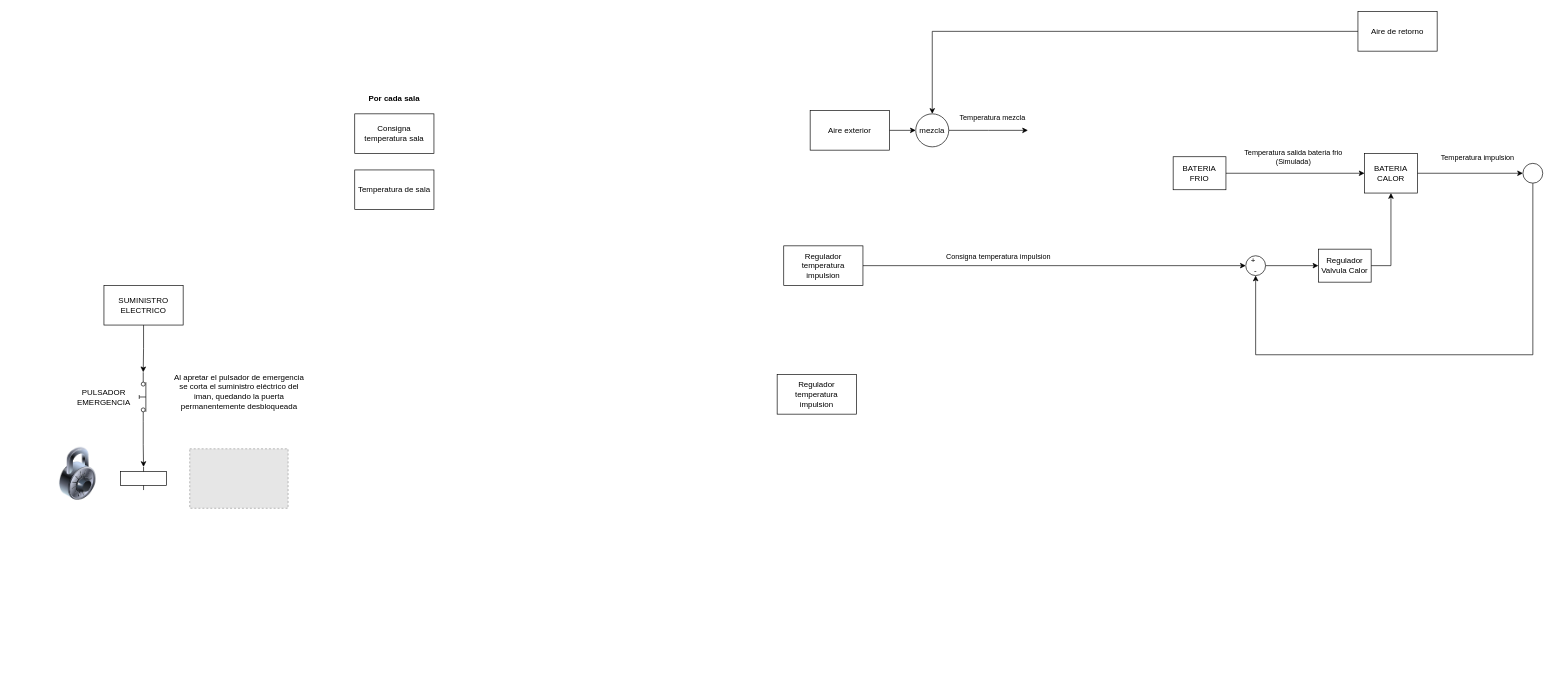
Before: diagram/controlsalsablanca.drawio in IEEtec/folders-structure-diagram, a draw.io diagram. Source tidied: cells renumbered, new cells numbered last; positions are measured from the earlier drawing's top-left corner, leaving out a move shared by most shapes. Both pictures are drawn from the tidied source at 66%, with x=0, y=0 at pixel (51, 11). Pictures stored in the file or linked from it are replaced by grey dashed boxes.
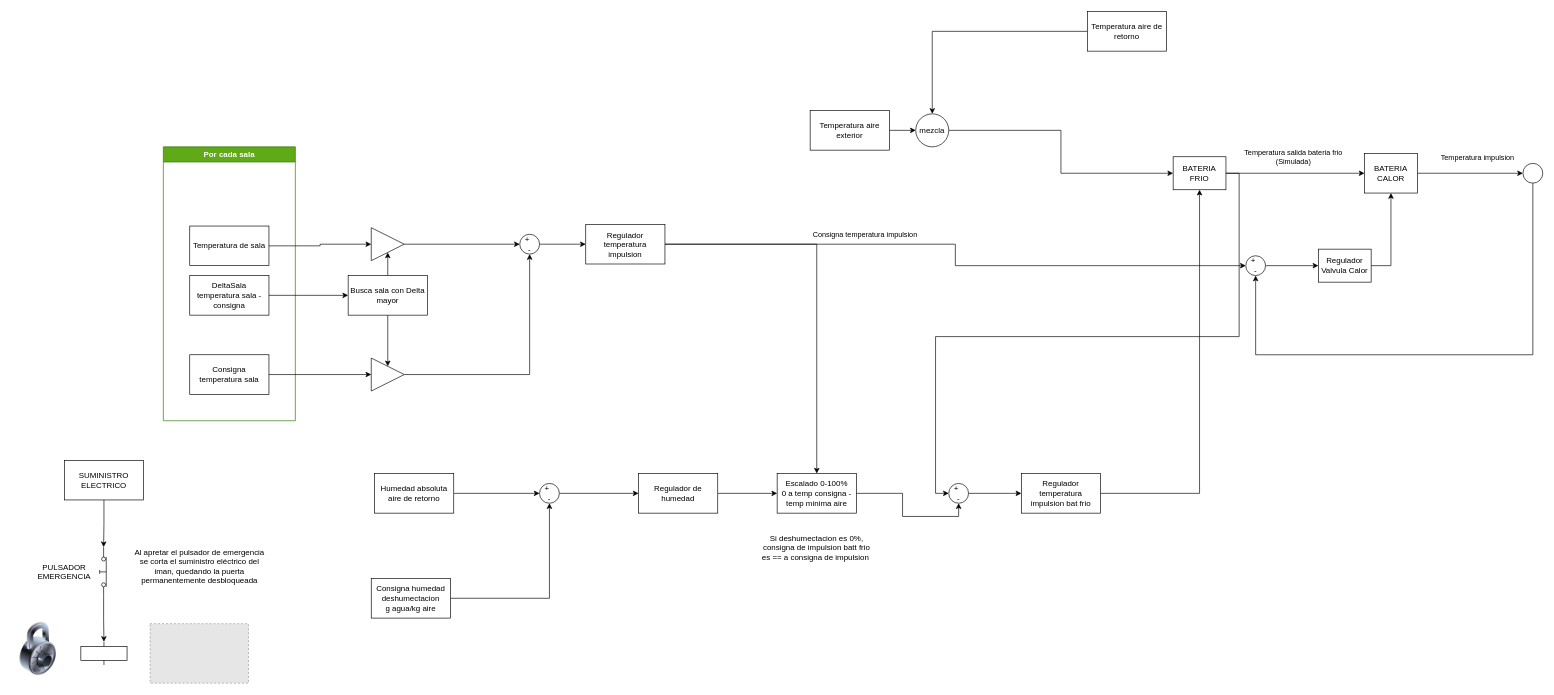
The same page after the edit.

Unchanged cells that the change refers to:
```xml
<mxCell id="7" value="BATERIA FRIO" style="rounded=0;whiteSpace=wrap;html=1;" parent="1" vertex="1">
  <mxGeometry x="1700" y="220" width="80" height="50" as="geometry" />
</mxCell>
<mxCell id="16" value="mezcla" style="ellipse;whiteSpace=wrap;html=1;" parent="1" vertex="1">
  <mxGeometry x="1310" y="155" width="50" height="50" as="geometry" />
</mxCell>
<mxCell id="20" value="+&amp;nbsp;&amp;nbsp;&lt;div&gt;-&lt;/div&gt;" style="ellipse;whiteSpace=wrap;html=1;" parent="1" vertex="1">
  <mxGeometry x="1810" y="370" width="30" height="30" as="geometry" />
</mxCell>
<mxCell id="27" value="Temperatura de sala" style="rounded=0;whiteSpace=wrap;html=1;" parent="26" vertex="1">
  <mxGeometry x="40" y="120" width="120" height="60" as="geometry" />
</mxCell>
```

Change to the diagram source:
```diff
@@
+    <mxCell id="37" style="edgeStyle=orthogonalEdgeStyle;rounded=0;jettySize=auto;html=1;exitX=1;exitY=0.5;exitDx=0;exitDy=0;entryX=0;entryY=0.5;entryDx=0;entryDy=0;" parent="1" edge="1" source="7" target="64">
+      <mxGeometry relative="1" as="geometry" />
+    </mxCell>
@@
-    <mxCell id="11" value="Aire de retorno" style="rounded=0;whiteSpace=wrap;html=1;" parent="1" vertex="1">
-      <mxGeometry x="1980" width="120" height="60" as="geometry" />
+    <mxCell id="11" value="Temperatura aire de retorno" style="rounded=0;whiteSpace=wrap;html=1;" parent="1" vertex="1">
+      <mxGeometry x="1570" width="120" height="60" as="geometry" />
     </mxCell>
@@
-    <mxCell id="13" value="Aire exterior" style="rounded=0;whiteSpace=wrap;html=1;" parent="1" vertex="1">
+    <mxCell id="13" value="Temperatura aire exterior" style="rounded=0;whiteSpace=wrap;html=1;" parent="1" vertex="1">
       <mxGeometry x="1150" y="150" width="120" height="60" as="geometry" />
     </mxCell>
-    <mxCell id="14" style="edgeStyle=orthogonalEdgeStyle;rounded=0;jettySize=auto;html=1;exitX=1;exitY=0.5;exitDx=0;exitDy=0;" parent="1" edge="1" source="16">
-      <mxGeometry relative="1" as="geometry">
-        <mxPoint x="1480" y="180" as="targetPoint" />
-      </mxGeometry>
-    </mxCell>
-    <mxCell id="15" value="Temperatura mezcla" style="edgeLabel;html=1;align=center;verticalAlign=middle;" parent="14" vertex="1">
-      <mxGeometry x="0.19" y="3" relative="1" as="geometry">
-        <mxPoint x="-6" y="-17" as="offset" />
-      </mxGeometry>
-    </mxCell>
+    <mxCell id="38" style="edgeStyle=orthogonalEdgeStyle;rounded=0;jettySize=auto;html=1;exitX=1;exitY=0.5;exitDx=0;exitDy=0;entryX=0;entryY=0.5;entryDx=0;entryDy=0;" parent="1" edge="1" source="16" target="7">
+      <mxGeometry relative="1" as="geometry" />
+    </mxCell>
@@
     <mxCell id="21" style="edgeStyle=orthogonalEdgeStyle;rounded=0;jettySize=auto;html=1;exitX=1;exitY=0.5;exitDx=0;exitDy=0;entryX=0;entryY=0.5;entryDx=0;entryDy=0;" parent="1" edge="1" source="23" target="20">
-      <mxGeometry relative="1" as="geometry" />
+      <mxGeometry relative="1" as="geometry">
+        <Array as="points">
+          <mxPoint x="1370" y="353" />
+          <mxPoint x="1370" y="385" />
+        </Array>
+      </mxGeometry>
     </mxCell>
@@
+    <mxCell id="39" style="edgeStyle=orthogonalEdgeStyle;rounded=0;jettySize=auto;html=1;exitX=1;exitY=0.5;exitDx=0;exitDy=0;entryX=0.5;entryY=0;entryDx=0;entryDy=0;" parent="1" edge="1" source="23" target="62">
+      <mxGeometry relative="1" as="geometry" />
+    </mxCell>
     <mxCell id="23" value="Regulador temperatura impulsion" style="rounded=0;whiteSpace=wrap;html=1;" parent="1" vertex="1">
-      <mxGeometry x="1110" y="355" width="120" height="60" as="geometry" />
+      <mxGeometry x="810" y="322.5" width="120" height="60" as="geometry" />
     </mxCell>
-    <mxCell id="24" value="Consigna temperatura sala" style="rounded=0;whiteSpace=wrap;html=1;" parent="1" vertex="1">
-      <mxGeometry x="460" y="155" width="120" height="60" as="geometry" />
-    </mxCell>
-    <mxCell id="25" value="Regulador temperatura impulsion" style="rounded=0;whiteSpace=wrap;html=1;" parent="1" vertex="1">
-      <mxGeometry x="1100" y="550" width="120" height="60" as="geometry" />
-    </mxCell>
-    <mxCell id="26" value="Por cada sala" style="swimlane;whiteSpace=wrap;html=1;strokeColor=none;" parent="1" vertex="1">
-      <mxGeometry x="420" y="120" width="200" height="200" as="geometry" />
+    <mxCell id="26" value="Por cada sala" style="swimlane;whiteSpace=wrap;html=1;strokeColor=#2D7600;fillColor=#60a917;fontColor=#ffffff;" parent="1" vertex="1">
+      <mxGeometry x="170" y="205" width="200" height="415" as="geometry" />
     </mxCell>
@@
+    <mxCell id="40" value="&lt;div&gt;DeltaSala&lt;/div&gt;temperatura sala - consigna" style="rounded=0;whiteSpace=wrap;html=1;" parent="26" vertex="1">
+      <mxGeometry x="40" y="195" width="120" height="60" as="geometry" />
+    </mxCell>
+    <mxCell id="24" value="Consigna temperatura sala" style="rounded=0;whiteSpace=wrap;html=1;" parent="26" vertex="1">
+      <mxGeometry x="40" y="315" width="120" height="60" as="geometry" />
+    </mxCell>
@@
     <mxCell id="29" value="SUMINISTRO ELECTRICO" style="rounded=0;whiteSpace=wrap;html=1;" parent="1" vertex="1">
-      <mxGeometry x="80" y="415" width="120" height="60" as="geometry" />
+      <mxGeometry x="20" y="680" width="120" height="60" as="geometry" />
     </mxCell>
     <mxCell id="30" style="html=1;shape=mxgraph.electrical.electro-mechanical.pushbutton;elSwitchState=on;rotation=-90;" parent="1" vertex="1">
-      <mxGeometry x="96" y="574" width="75" height="20" as="geometry" />
+      <mxGeometry x="36" y="839" width="75" height="20" as="geometry" />
     </mxCell>
     <mxCell id="31" style="verticalLabelPosition=bottom;shadow=0;dashed=0;align=center;html=1;verticalAlign=top;shape=mxgraph.electrical.electro-mechanical.relay_coil;" parent="1" vertex="1">
-      <mxGeometry x="105" y="690" width="70" height="35" as="geometry" />
+      <mxGeometry x="45" y="955" width="70" height="35" as="geometry" />
     </mxCell>
     <mxCell id="32" style="image;html=1;image=img/lib/clip_art/general/Lock_128x128.png;" parent="1" vertex="1">
-      <mxGeometry y="660" width="80" height="80" as="geometry" />
+      <mxGeometry x="-60" y="925" width="80" height="80" as="geometry" />
     </mxCell>
@@
     <mxCell id="34" value="PULSADOR EMERGENCIA" style="text;html=1;align=center;verticalAlign=middle;whiteSpace=wrap;rounded=0;" parent="1" vertex="1">
-      <mxGeometry x="20" y="549.5" width="120" height="69" as="geometry" />
+      <mxGeometry x="-40" y="814.5" width="120" height="69" as="geometry" />
     </mxCell>
     <mxCell id="35" value="Al apretar el pulsador de emergencia se corta el suministro eléctrico del iman, quedando la puerta permanentemente desbloqueada" style="text;html=1;align=center;verticalAlign=middle;whiteSpace=wrap;rounded=0;" parent="1" vertex="1">
-      <mxGeometry x="184.5" y="541" width="200" height="69" as="geometry" />
+      <mxGeometry x="124.5" y="806" width="200" height="69" as="geometry" />
     </mxCell>
     <mxCell id="36" style="fillColor=#E6E6E6;strokeColor=#999999;dashed=1;verticalLabelPosition=bottom;labelBackgroundColor=default;verticalAlign=top;" parent="1" vertex="1">
-      <mxGeometry x="210" y="662.5" width="149" height="90.1" as="geometry" />
+      <mxGeometry x="150" y="927.5" width="149" height="90.1" as="geometry" />
     </mxCell>
+    <mxCell id="41" style="edgeStyle=orthogonalEdgeStyle;rounded=0;jettySize=auto;html=1;exitX=0.5;exitY=0;exitDx=0;exitDy=0;entryX=0.5;entryY=1;entryDx=0;entryDy=0;" parent="1" edge="1" source="43" target="46">
+      <mxGeometry relative="1" as="geometry" />
+    </mxCell>
+    <mxCell id="42" style="edgeStyle=orthogonalEdgeStyle;rounded=0;jettySize=auto;html=1;exitX=0.5;exitY=1;exitDx=0;exitDy=0;entryX=0.5;entryY=0;entryDx=0;entryDy=0;" parent="1" edge="1" source="43" target="52">
+      <mxGeometry relative="1" as="geometry" />
+    </mxCell>
+    <mxCell id="43" value="Busca sala con Delta mayor" style="rounded=0;whiteSpace=wrap;html=1;" parent="1" vertex="1">
+      <mxGeometry x="450" y="400" width="120" height="60" as="geometry" />
+    </mxCell>
+    <mxCell id="44" style="edgeStyle=orthogonalEdgeStyle;rounded=0;jettySize=auto;html=1;exitX=1;exitY=0.5;exitDx=0;exitDy=0;entryX=0;entryY=0.5;entryDx=0;entryDy=0;" parent="1" edge="1" source="40" target="43">
+      <mxGeometry relative="1" as="geometry" />
+    </mxCell>
+    <mxCell id="45" style="edgeStyle=orthogonalEdgeStyle;rounded=0;jettySize=auto;html=1;exitX=1;exitY=0.5;exitDx=0;exitDy=0;entryX=0;entryY=0.5;entryDx=0;entryDy=0;" parent="1" edge="1" source="46" target="49">
+      <mxGeometry relative="1" as="geometry" />
+    </mxCell>
+    <mxCell id="46" style="triangle;whiteSpace=wrap;html=1;" parent="1" vertex="1">
+      <mxGeometry x="485" y="327.5" width="50" height="50" as="geometry" />
+    </mxCell>
+    <mxCell id="47" style="edgeStyle=orthogonalEdgeStyle;rounded=0;jettySize=auto;html=1;exitX=1;exitY=0.5;exitDx=0;exitDy=0;entryX=0;entryY=0.5;entryDx=0;entryDy=0;" parent="1" edge="1" source="27" target="46">
+      <mxGeometry relative="1" as="geometry" />
+    </mxCell>
+    <mxCell id="48" style="edgeStyle=orthogonalEdgeStyle;rounded=0;jettySize=auto;html=1;exitX=1;exitY=0.5;exitDx=0;exitDy=0;entryX=0;entryY=0.5;entryDx=0;entryDy=0;" parent="1" edge="1" source="49" target="23">
+      <mxGeometry relative="1" as="geometry" />
+    </mxCell>
+    <mxCell id="49" value="+&amp;nbsp;&amp;nbsp;&lt;div&gt;-&lt;/div&gt;" style="ellipse;whiteSpace=wrap;html=1;" parent="1" vertex="1">
+      <mxGeometry x="710" y="337.5" width="30" height="30" as="geometry" />
+    </mxCell>
+    <mxCell id="50" style="edgeStyle=orthogonalEdgeStyle;rounded=0;jettySize=auto;html=1;exitX=1;exitY=0.5;exitDx=0;exitDy=0;entryX=0.5;entryY=1;entryDx=0;entryDy=0;" parent="1" edge="1" source="52" target="49">
+      <mxGeometry relative="1" as="geometry" />
+    </mxCell>
+    <mxCell id="51" style="edgeStyle=orthogonalEdgeStyle;rounded=0;jettySize=auto;html=1;exitX=1;exitY=0.5;exitDx=0;exitDy=0;entryX=0;entryY=0.5;entryDx=0;entryDy=0;" parent="1" edge="1" source="24" target="52">
+      <mxGeometry relative="1" as="geometry" />
+    </mxCell>
+    <mxCell id="52" style="triangle;whiteSpace=wrap;html=1;" parent="1" vertex="1">
+      <mxGeometry x="485" y="525" width="50" height="50" as="geometry" />
+    </mxCell>
+    <mxCell id="53" style="edgeStyle=orthogonalEdgeStyle;rounded=0;jettySize=auto;html=1;exitX=1;exitY=0.5;exitDx=0;exitDy=0;entryX=0.5;entryY=1;entryDx=0;entryDy=0;" parent="1" edge="1" source="54" target="7">
+      <mxGeometry relative="1" as="geometry" />
+    </mxCell>
+    <mxCell id="54" value="Regulador temperatura impulsion bat frio" style="rounded=0;whiteSpace=wrap;html=1;" parent="1" vertex="1">
+      <mxGeometry x="1470" y="700" width="120" height="60" as="geometry" />
+    </mxCell>
+    <mxCell id="55" style="edgeStyle=orthogonalEdgeStyle;rounded=0;jettySize=auto;html=1;exitX=1;exitY=0.5;exitDx=0;exitDy=0;entryX=0;entryY=0.5;entryDx=0;entryDy=0;" parent="1" edge="1" source="56" target="62">
+      <mxGeometry relative="1" as="geometry" />
+    </mxCell>
+    <mxCell id="56" value="Regulador de humedad" style="rounded=0;whiteSpace=wrap;html=1;" parent="1" vertex="1">
+      <mxGeometry x="890" y="700" width="120" height="60" as="geometry" />
+    </mxCell>
+    <mxCell id="57" style="edgeStyle=orthogonalEdgeStyle;rounded=0;jettySize=auto;html=1;exitX=1;exitY=0.5;exitDx=0;exitDy=0;entryX=0.5;entryY=1;entryDx=0;entryDy=0;" parent="1" edge="1" source="58" target="60">
+      <mxGeometry relative="1" as="geometry" />
+    </mxCell>
+    <mxCell id="58" value="Consigna humedad deshumectacion&lt;div&gt;g agua/kg aire&lt;/div&gt;" style="rounded=0;whiteSpace=wrap;html=1;" parent="1" vertex="1">
+      <mxGeometry x="485" y="859" width="120" height="60" as="geometry" />
+    </mxCell>
+    <mxCell id="59" style="edgeStyle=orthogonalEdgeStyle;rounded=0;jettySize=auto;html=1;exitX=1;exitY=0.5;exitDx=0;exitDy=0;entryX=0;entryY=0.5;entryDx=0;entryDy=0;" parent="1" edge="1" source="60" target="56">
+      <mxGeometry relative="1" as="geometry" />
+    </mxCell>
+    <mxCell id="60" value="+&amp;nbsp;&amp;nbsp;&lt;div&gt;-&lt;/div&gt;" style="ellipse;whiteSpace=wrap;html=1;" parent="1" vertex="1">
+      <mxGeometry x="740" y="715" width="30" height="30" as="geometry" />
+    </mxCell>
+    <mxCell id="61" style="edgeStyle=orthogonalEdgeStyle;rounded=0;jettySize=auto;html=1;exitX=1;exitY=0.5;exitDx=0;exitDy=0;entryX=0.5;entryY=1;entryDx=0;entryDy=0;" parent="1" edge="1" source="62" target="64">
+      <mxGeometry relative="1" as="geometry" />
+    </mxCell>
+    <mxCell id="62" value="Escalado 0-100%&lt;br&gt;0 a temp consigna - temp minima aire" style="rounded=0;whiteSpace=wrap;html=1;" parent="1" vertex="1">
+      <mxGeometry x="1100" y="700" width="120" height="60" as="geometry" />
+    </mxCell>
+    <mxCell id="63" style="edgeStyle=orthogonalEdgeStyle;rounded=0;jettySize=auto;html=1;exitX=1;exitY=0.5;exitDx=0;exitDy=0;entryX=0;entryY=0.5;entryDx=0;entryDy=0;" parent="1" edge="1" source="64" target="54">
+      <mxGeometry relative="1" as="geometry" />
+    </mxCell>
+    <mxCell id="64" value="+&amp;nbsp;&amp;nbsp;&lt;div&gt;-&lt;/div&gt;" style="ellipse;whiteSpace=wrap;html=1;" parent="1" vertex="1">
+      <mxGeometry x="1360" y="715" width="30" height="30" as="geometry" />
+    </mxCell>
+    <mxCell id="65" value="Si deshumectacion es 0%, consigna de impulsion batt frio es == a consigna de impulsion&amp;nbsp;" style="text;html=1;whiteSpace=wrap;strokeColor=none;fillColor=none;align=center;verticalAlign=middle;rounded=0;" parent="1" vertex="1">
+      <mxGeometry x="1075" y="764" width="170" height="95" as="geometry" />
+    </mxCell>
+    <mxCell id="66" style="edgeStyle=orthogonalEdgeStyle;rounded=0;jettySize=auto;html=1;exitX=1;exitY=0.5;exitDx=0;exitDy=0;entryX=0;entryY=0.5;entryDx=0;entryDy=0;" parent="1" edge="1" source="67" target="60">
+      <mxGeometry relative="1" as="geometry" />
+    </mxCell>
+    <mxCell id="67" value="Humedad absoluta aire de retorno" style="rounded=0;whiteSpace=wrap;html=1;" parent="1" vertex="1">
+      <mxGeometry x="490" y="700" width="120" height="60" as="geometry" />
+    </mxCell>
```
